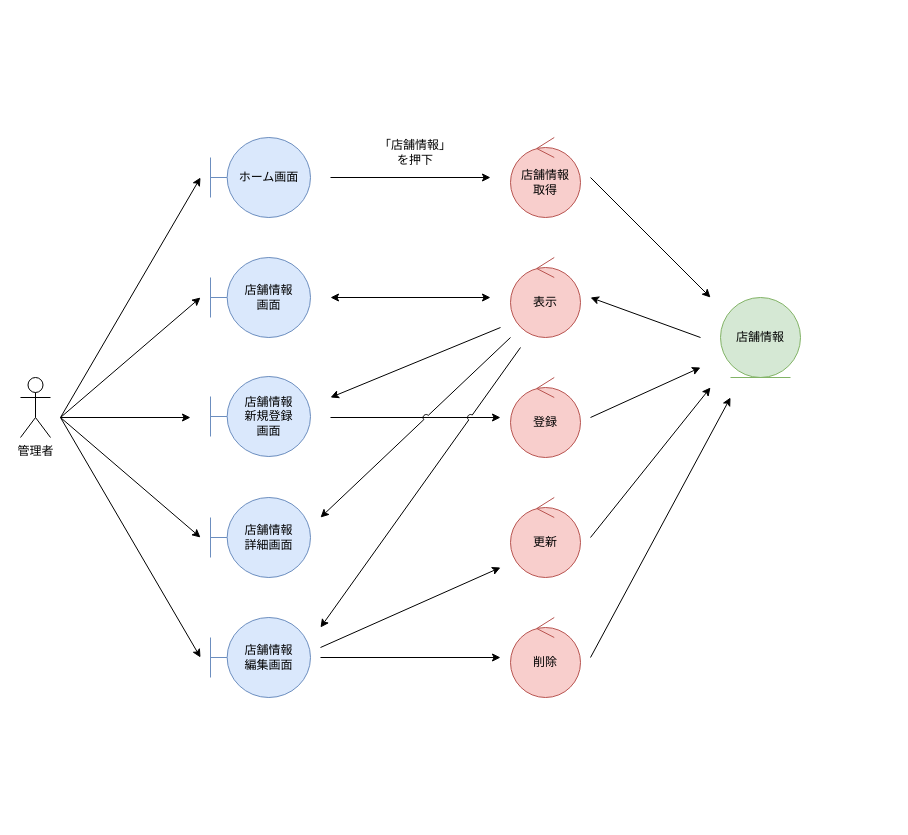
HaruShim/Sotuken keeps this draw.io diagram as page "店舗情報管理" (2 of 9) of 各種設計書/3ロバストネス図/人事管理/従業員情報管理.drawio. Above is the earlier version. Source tidied: cells renumbered, new cells numbered last; positions are measured from the earlier drawing's top-left corner, leaving out a move shared by most shapes. Both pictures are drawn from the tidied source at 100%, with x=0, y=0 at pixel (20, 137).
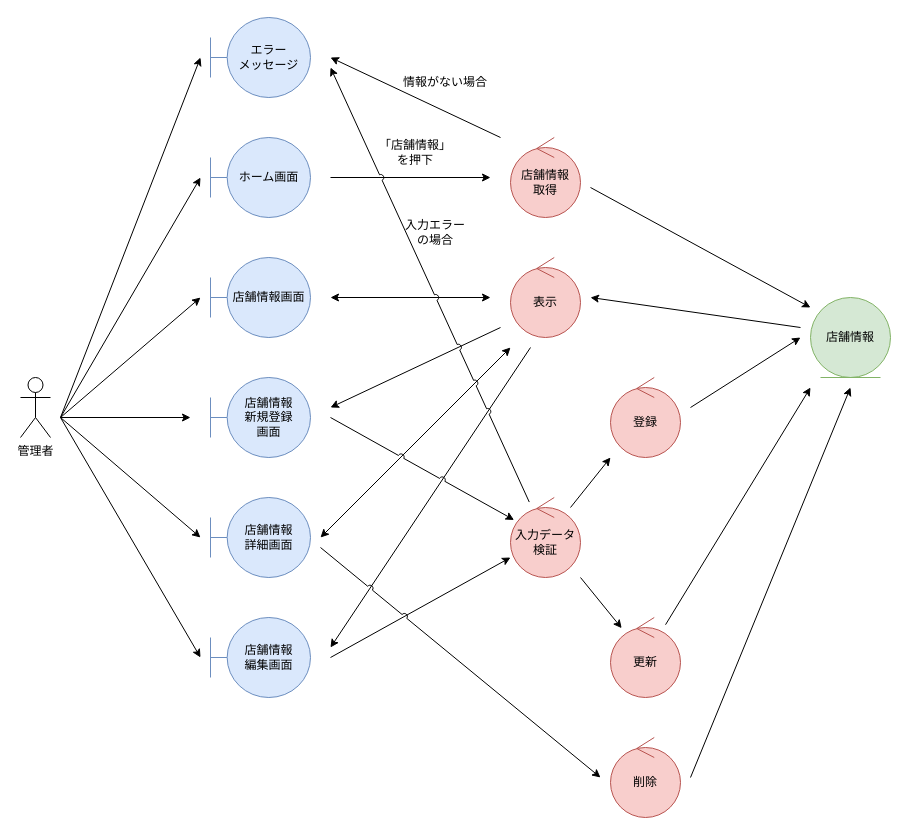
After the change.

Change to the diagram source:
```diff
@@
-    <mxCell id="4" value="店舗情報&lt;br&gt;画面" style="shape=umlBoundary;whiteSpace=wrap;html=1;fillColor=#dae8fc;strokeColor=#6c8ebf;" parent="1" vertex="1">
-      <mxGeometry x="190" y="120" width="100" height="80" as="geometry" />
-    </mxCell>
+    <mxCell id="33" value="店舗情報画面" style="shape=umlBoundary;whiteSpace=wrap;html=1;fillColor=#dae8fc;strokeColor=#6c8ebf;" parent="1" vertex="1">
+      <mxGeometry x="190" y="120" width="100" height="80" as="geometry" />
+    </mxCell>
     <mxCell id="5" value="店舗情報&lt;br&gt;新規登録&lt;br&gt;画面" style="shape=umlBoundary;whiteSpace=wrap;html=1;fillColor=#dae8fc;strokeColor=#6c8ebf;" parent="1" vertex="1">
-      <mxGeometry x="190" y="239" width="100" height="80" as="geometry" />
+      <mxGeometry x="190" y="240" width="100" height="80" as="geometry" />
     </mxCell>
@@
     <mxCell id="7" value="店舗情報" style="ellipse;shape=umlEntity;whiteSpace=wrap;html=1;fillColor=#d5e8d4;strokeColor=#82b366;" parent="1" vertex="1">
-      <mxGeometry x="700" y="160" width="80" height="80" as="geometry" />
+      <mxGeometry x="790" y="160" width="80" height="80" as="geometry" />
     </mxCell>
@@
     <mxCell id="9" value="登録" style="ellipse;shape=umlControl;whiteSpace=wrap;html=1;fillColor=#f8cecc;strokeColor=#b85450;" parent="1" vertex="1">
-      <mxGeometry x="490" y="240" width="70" height="80" as="geometry" />
+      <mxGeometry x="590" y="240" width="70" height="80" as="geometry" />
     </mxCell>
@@
     <mxCell id="11" value="更新" style="ellipse;shape=umlControl;whiteSpace=wrap;html=1;fillColor=#f8cecc;strokeColor=#b85450;" parent="1" vertex="1">
-      <mxGeometry x="490" y="360" width="70" height="80" as="geometry" />
+      <mxGeometry x="590" y="480" width="70" height="80" as="geometry" />
     </mxCell>
+    <mxCell id="34" style="endArrow=classic;html=1;rounded=0;" parent="1" edge="1">
+      <mxGeometry relative="1" as="geometry">
+        <mxPoint x="310" y="40" as="sourcePoint" />
+        <mxPoint x="470" y="40" as="targetPoint" />
+      </mxGeometry>
+    </mxCell>
+    <mxCell id="35" style="endArrow=classic;html=1;rounded=0;" parent="1" edge="1">
+      <mxGeometry relative="1" as="geometry">
+        <mxPoint x="480" y="190" as="sourcePoint" />
+        <mxPoint x="310" y="270" as="targetPoint" />
+      </mxGeometry>
+    </mxCell>
+    <mxCell id="20" value="店舗情報&lt;br&gt;編集画面" style="shape=umlBoundary;whiteSpace=wrap;html=1;fillColor=#dae8fc;strokeColor=#6c8ebf;" parent="1" vertex="1">
+      <mxGeometry x="190" y="480" width="100" height="80" as="geometry" />
+    </mxCell>
+    <mxCell id="26" value="「店舗情報」&lt;br&gt;を押下" style="text;html=1;strokeColor=none;fillColor=none;align=center;verticalAlign=middle;whiteSpace=wrap;rounded=0;" parent="1" vertex="1">
+      <mxGeometry x="350" width="90" height="30" as="geometry" />
+    </mxCell>
+    <mxCell id="36" style="endArrow=classic;html=1;rounded=0;" parent="1" edge="1">
+      <mxGeometry relative="1" as="geometry">
+        <mxPoint x="40" y="280" as="sourcePoint" />
+        <mxPoint x="180" y="40" as="targetPoint" />
+      </mxGeometry>
+    </mxCell>
+    <mxCell id="37" style="endArrow=classic;html=1;rounded=0;" parent="1" edge="1">
+      <mxGeometry relative="1" as="geometry">
+        <mxPoint x="40" y="280" as="sourcePoint" />
+        <mxPoint x="170" y="280" as="targetPoint" />
+      </mxGeometry>
+    </mxCell>
+    <mxCell id="38" style="endArrow=classic;html=1;rounded=0;" parent="1" edge="1">
+      <mxGeometry relative="1" as="geometry">
+        <mxPoint x="40" y="280" as="sourcePoint" />
+        <mxPoint x="180" y="400" as="targetPoint" />
+      </mxGeometry>
+    </mxCell>
+    <mxCell id="39" style="endArrow=classic;html=1;rounded=0;" parent="1" edge="1">
+      <mxGeometry relative="1" as="geometry">
+        <mxPoint x="40" y="280" as="sourcePoint" />
+        <mxPoint x="180" y="520" as="targetPoint" />
+      </mxGeometry>
+    </mxCell>
+    <mxCell id="40" style="endArrow=classic;html=1;rounded=0;" parent="1" edge="1">
+      <mxGeometry relative="1" as="geometry">
+        <mxPoint x="40" y="280" as="sourcePoint" />
+        <mxPoint x="180" y="160" as="targetPoint" />
+      </mxGeometry>
+    </mxCell>
+    <mxCell id="41" style="endArrow=classic;startArrow=classic;html=1;rounded=0;" parent="1" edge="1">
+      <mxGeometry relative="1" as="geometry">
+        <mxPoint x="310" y="160" as="sourcePoint" />
+        <mxPoint x="470" y="160" as="targetPoint" />
+      </mxGeometry>
+    </mxCell>
+    <mxCell id="42" value="エラー&lt;br&gt;メッセージ" style="shape=umlBoundary;whiteSpace=wrap;html=1;fillColor=#dae8fc;strokeColor=#6c8ebf;" parent="1" vertex="1">
+      <mxGeometry x="190" y="-120" width="100" height="80" as="geometry" />
+    </mxCell>
+    <mxCell id="43" style="endArrow=classic;html=1;rounded=0;" parent="1" edge="1">
+      <mxGeometry relative="1" as="geometry">
+        <mxPoint x="480" as="sourcePoint" />
+        <mxPoint x="310" y="-80" as="targetPoint" />
+      </mxGeometry>
+    </mxCell>
+    <mxCell id="44" style="endArrow=classic;html=1;rounded=0;" parent="1" edge="1">
+      <mxGeometry relative="1" as="geometry">
+        <mxPoint x="40" y="280" as="sourcePoint" />
+        <mxPoint x="180" y="-80" as="targetPoint" />
+      </mxGeometry>
+    </mxCell>
+    <mxCell id="45" value="情報がない場合" style="text;html=1;strokeColor=none;fillColor=none;align=center;verticalAlign=middle;whiteSpace=wrap;rounded=0;" parent="1" vertex="1">
+      <mxGeometry x="380" y="-70" width="90" height="30" as="geometry" />
+    </mxCell>
+    <mxCell id="46" value="入力データ検証" style="ellipse;shape=umlControl;whiteSpace=wrap;html=1;fillColor=#f8cecc;strokeColor=#b85450;" parent="1" vertex="1">
+      <mxGeometry x="490" y="360" width="70" height="80" as="geometry" />
+    </mxCell>
     <mxCell id="12" value="削除" style="ellipse;shape=umlControl;whiteSpace=wrap;html=1;fillColor=#f8cecc;strokeColor=#b85450;" parent="1" vertex="1">
-      <mxGeometry x="490" y="480" width="70" height="80" as="geometry" />
+      <mxGeometry x="590" y="600" width="70" height="80" as="geometry" />
     </mxCell>
-    <mxCell id="13" style="endArrow=classic;html=1;rounded=0;" parent="1" edge="1">
-      <mxGeometry relative="1" as="geometry">
-        <mxPoint x="310" y="40" as="sourcePoint" />
-        <mxPoint x="470" y="40" as="targetPoint" />
-      </mxGeometry>
-    </mxCell>
-    <mxCell id="14" style="endArrow=classic;html=1;rounded=0;" parent="1" edge="1">
-      <mxGeometry relative="1" as="geometry">
-        <mxPoint x="570" y="40" as="sourcePoint" />
-        <mxPoint x="690" y="160" as="targetPoint" />
-      </mxGeometry>
-    </mxCell>
-    <mxCell id="15" style="endArrow=classic;html=1;rounded=0;" parent="1" edge="1">
-      <mxGeometry relative="1" as="geometry">
-        <mxPoint x="680" y="200" as="sourcePoint" />
-        <mxPoint x="570" y="160" as="targetPoint" />
-      </mxGeometry>
-    </mxCell>
-    <mxCell id="16" style="endArrow=classic;html=1;rounded=0;" parent="1" edge="1">
-      <mxGeometry relative="1" as="geometry">
-        <mxPoint x="480" y="190" as="sourcePoint" />
-        <mxPoint x="310" y="260" as="targetPoint" />
-      </mxGeometry>
-    </mxCell>
-    <mxCell id="17" style="endArrow=classic;html=1;rounded=0;" parent="1" edge="1">
-      <mxGeometry relative="1" as="geometry">
-        <mxPoint x="310" y="280" as="sourcePoint" />
-        <mxPoint x="480" y="280" as="targetPoint" />
-      </mxGeometry>
-    </mxCell>
-    <mxCell id="18" style="endArrow=classic;html=1;rounded=0;" parent="1" edge="1">
-      <mxGeometry relative="1" as="geometry">
-        <mxPoint x="570" y="280" as="sourcePoint" />
-        <mxPoint x="680" y="230" as="targetPoint" />
-      </mxGeometry>
-    </mxCell>
-    <mxCell id="19" style="endArrow=classic;html=1;rounded=0;jumpStyle=arc;" parent="1" edge="1">
-      <mxGeometry relative="1" as="geometry">
-        <mxPoint x="490" y="200" as="sourcePoint" />
-        <mxPoint x="300" y="380" as="targetPoint" />
-      </mxGeometry>
-    </mxCell>
-    <mxCell id="20" value="店舗情報&lt;br&gt;編集画面" style="shape=umlBoundary;whiteSpace=wrap;html=1;fillColor=#dae8fc;strokeColor=#6c8ebf;" parent="1" vertex="1">
-      <mxGeometry x="190" y="480" width="100" height="80" as="geometry" />
-    </mxCell>
-    <mxCell id="21" style="endArrow=classic;html=1;rounded=0;jumpStyle=arc;" parent="1" edge="1">
-      <mxGeometry relative="1" as="geometry">
-        <mxPoint x="500" y="210" as="sourcePoint" />
-        <mxPoint x="300" y="490" as="targetPoint" />
-      </mxGeometry>
-    </mxCell>
-    <mxCell id="22" style="endArrow=classic;html=1;rounded=0;" parent="1" edge="1">
-      <mxGeometry relative="1" as="geometry">
-        <mxPoint x="300" y="510" as="sourcePoint" />
-        <mxPoint x="480" y="430" as="targetPoint" />
-      </mxGeometry>
-    </mxCell>
-    <mxCell id="23" style="endArrow=classic;html=1;rounded=0;" parent="1" edge="1">
-      <mxGeometry relative="1" as="geometry">
-        <mxPoint x="570" y="400" as="sourcePoint" />
-        <mxPoint x="690" y="250" as="targetPoint" />
-      </mxGeometry>
-    </mxCell>
-    <mxCell id="24" style="endArrow=classic;html=1;rounded=0;" parent="1" edge="1">
-      <mxGeometry relative="1" as="geometry">
-        <mxPoint x="300" y="520" as="sourcePoint" />
-        <mxPoint x="480" y="520" as="targetPoint" />
-      </mxGeometry>
-    </mxCell>
-    <mxCell id="25" style="endArrow=classic;html=1;rounded=0;" parent="1" edge="1">
-      <mxGeometry relative="1" as="geometry">
-        <mxPoint x="570" y="520" as="sourcePoint" />
-        <mxPoint x="710" y="260" as="targetPoint" />
-      </mxGeometry>
-    </mxCell>
-    <mxCell id="26" value="「店舗情報」&lt;br&gt;を押下" style="text;html=1;strokeColor=none;fillColor=none;align=center;verticalAlign=middle;whiteSpace=wrap;rounded=0;" parent="1" vertex="1">
-      <mxGeometry x="350" width="90" height="30" as="geometry" />
-    </mxCell>
-    <mxCell id="27" style="endArrow=classic;html=1;rounded=0;" parent="1" edge="1">
-      <mxGeometry relative="1" as="geometry">
-        <mxPoint x="40" y="280" as="sourcePoint" />
-        <mxPoint x="180" y="40" as="targetPoint" />
-      </mxGeometry>
-    </mxCell>
-    <mxCell id="28" style="endArrow=classic;html=1;rounded=0;" parent="1" edge="1">
-      <mxGeometry relative="1" as="geometry">
-        <mxPoint x="40" y="280" as="sourcePoint" />
-        <mxPoint x="170" y="280" as="targetPoint" />
-      </mxGeometry>
-    </mxCell>
-    <mxCell id="29" style="endArrow=classic;html=1;rounded=0;" parent="1" edge="1">
-      <mxGeometry relative="1" as="geometry">
-        <mxPoint x="40" y="280" as="sourcePoint" />
-        <mxPoint x="180" y="400" as="targetPoint" />
-      </mxGeometry>
-    </mxCell>
-    <mxCell id="30" style="endArrow=classic;html=1;rounded=0;" parent="1" edge="1">
-      <mxGeometry relative="1" as="geometry">
-        <mxPoint x="40" y="280" as="sourcePoint" />
-        <mxPoint x="180" y="520" as="targetPoint" />
-      </mxGeometry>
-    </mxCell>
-    <mxCell id="31" style="endArrow=classic;html=1;rounded=0;" parent="1" edge="1">
-      <mxGeometry relative="1" as="geometry">
-        <mxPoint x="40" y="280" as="sourcePoint" />
-        <mxPoint x="180" y="160" as="targetPoint" />
-      </mxGeometry>
-    </mxCell>
-    <mxCell id="32" style="endArrow=classic;startArrow=classic;html=1;rounded=0;" parent="1" edge="1">
-      <mxGeometry relative="1" as="geometry">
-        <mxPoint x="310" y="160" as="sourcePoint" />
-        <mxPoint x="470" y="160" as="targetPoint" />
-      </mxGeometry>
-    </mxCell>
+    <mxCell id="47" style="endArrow=classic;html=1;rounded=0;" parent="1" edge="1">
+      <mxGeometry relative="1" as="geometry">
+        <mxPoint x="550" y="370" as="sourcePoint" />
+        <mxPoint x="590" y="320" as="targetPoint" />
+      </mxGeometry>
+    </mxCell>
+    <mxCell id="48" style="endArrow=classic;html=1;rounded=0;entryX=0;entryY=0.75;entryDx=0;entryDy=0;entryPerimeter=0;" parent="1" edge="1" target="46">
+      <mxGeometry relative="1" as="geometry">
+        <mxPoint x="310" y="520" as="sourcePoint" />
+      </mxGeometry>
+    </mxCell>
+    <mxCell id="49" style="endArrow=classic;html=1;rounded=0;" parent="1" edge="1" target="11">
+      <mxGeometry relative="1" as="geometry">
+        <mxPoint x="560" y="440" as="sourcePoint" />
+      </mxGeometry>
+    </mxCell>
+    <mxCell id="50" style="endArrow=classic;html=1;rounded=0;" parent="1" edge="1">
+      <mxGeometry relative="1" as="geometry">
+        <mxPoint x="670" y="270" as="sourcePoint" />
+        <mxPoint x="780" y="200" as="targetPoint" />
+      </mxGeometry>
+    </mxCell>
+    <mxCell id="51" style="endArrow=classic;html=1;rounded=0;" parent="1" edge="1" source="11">
+      <mxGeometry relative="1" as="geometry">
+        <mxPoint x="790" y="250" as="targetPoint" />
+      </mxGeometry>
+    </mxCell>
+    <mxCell id="52" style="endArrow=classic;html=1;rounded=0;" parent="1" edge="1">
+      <mxGeometry relative="1" as="geometry">
+        <mxPoint x="670" y="640" as="sourcePoint" />
+        <mxPoint x="830" y="250" as="targetPoint" />
+      </mxGeometry>
+    </mxCell>
+    <mxCell id="53" style="endArrow=classic;html=1;rounded=0;" parent="1" edge="1">
+      <mxGeometry relative="1" as="geometry">
+        <mxPoint x="570" y="50" as="sourcePoint" />
+        <mxPoint x="790" y="170" as="targetPoint" />
+      </mxGeometry>
+    </mxCell>
+    <mxCell id="54" style="endArrow=classic;html=1;rounded=0;jumpStyle=none;" parent="1" edge="1">
+      <mxGeometry relative="1" as="geometry">
+        <mxPoint x="510" y="210" as="sourcePoint" />
+        <mxPoint x="310" y="510" as="targetPoint" />
+      </mxGeometry>
+    </mxCell>
+    <mxCell id="55" style="endArrow=classic;startArrow=classic;html=1;rounded=0;jumpStyle=none;" parent="1" edge="1">
+      <mxGeometry relative="1" as="geometry">
+        <mxPoint x="300" y="400" as="sourcePoint" />
+        <mxPoint x="490" y="210" as="targetPoint" />
+      </mxGeometry>
+    </mxCell>
+    <mxCell id="56" style="endArrow=classic;html=1;rounded=0;jumpStyle=arc;" parent="1" edge="1" source="46">
+      <mxGeometry relative="1" as="geometry">
+        <mxPoint x="310" y="-70" as="targetPoint" />
+      </mxGeometry>
+    </mxCell>
+    <mxCell id="57" value="入力エラー&lt;br&gt;の場合" style="text;html=1;strokeColor=none;fillColor=none;align=center;verticalAlign=middle;whiteSpace=wrap;rounded=0;" parent="1" vertex="1">
+      <mxGeometry x="370" y="80" width="90" height="30" as="geometry" />
+    </mxCell>
+    <mxCell id="58" style="endArrow=classic;html=1;rounded=0;" parent="1" edge="1">
+      <mxGeometry relative="1" as="geometry">
+        <mxPoint x="780" y="190" as="sourcePoint" />
+        <mxPoint x="570" y="160" as="targetPoint" />
+      </mxGeometry>
+    </mxCell>
+    <mxCell id="59" style="endArrow=classic;html=1;rounded=0;jumpStyle=arc;" parent="1" edge="1" target="46">
+      <mxGeometry relative="1" as="geometry">
+        <mxPoint x="310" y="280" as="sourcePoint" />
+      </mxGeometry>
+    </mxCell>
+    <mxCell id="60" style="endArrow=classic;html=1;rounded=0;jumpStyle=arc;" parent="1" edge="1">
+      <mxGeometry relative="1" as="geometry">
+        <mxPoint x="300" y="410" as="sourcePoint" />
+        <mxPoint x="580" y="640" as="targetPoint" />
+      </mxGeometry>
+    </mxCell>
```
